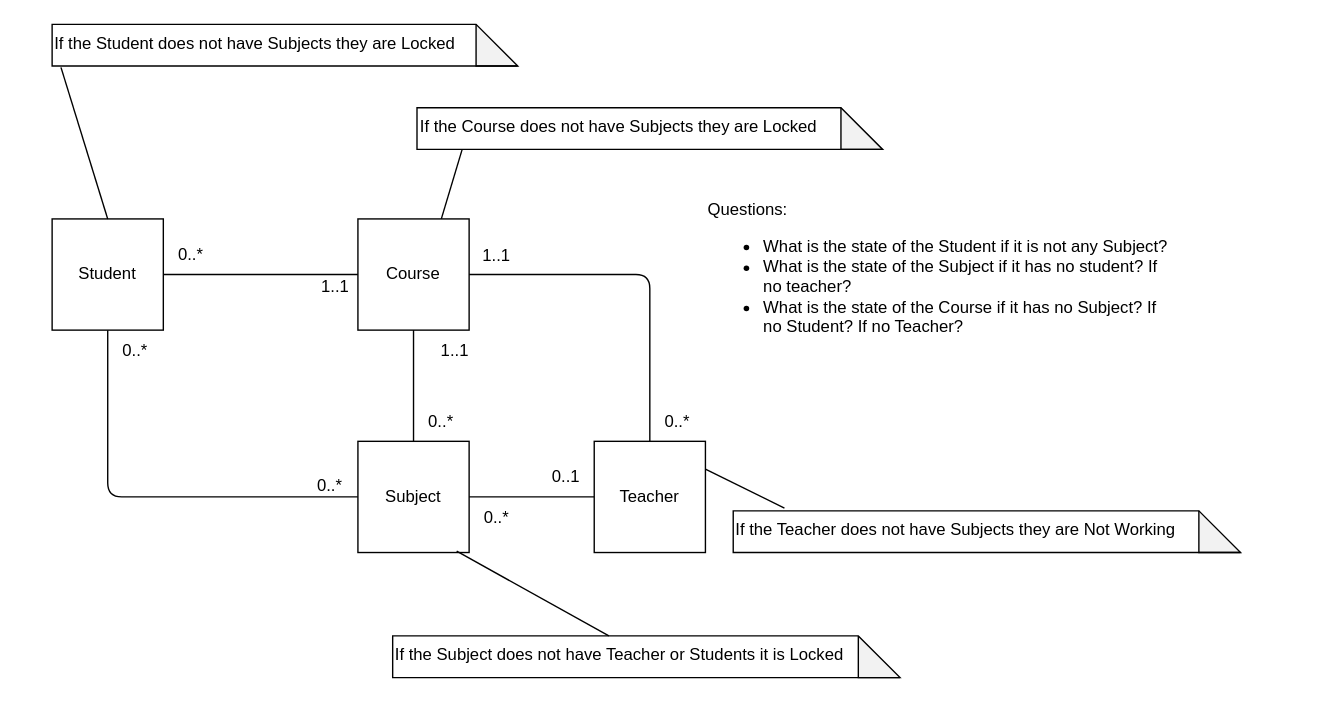
douglasdcm/tdd_detroid keeps this draw.io diagram as page "CoreConceptMap" (3 of 12) of architecture/code_analysis_v3/components-phase1.drawio. Above is the earlier version. Source tidied: cells renumbered, new cells numbered last; positions are measured from the earlier drawing's top-left corner, leaving out a move shared by most shapes. Both pictures are drawn from the tidied source at 139%, with x=0, y=0 at pixel (51, 24).
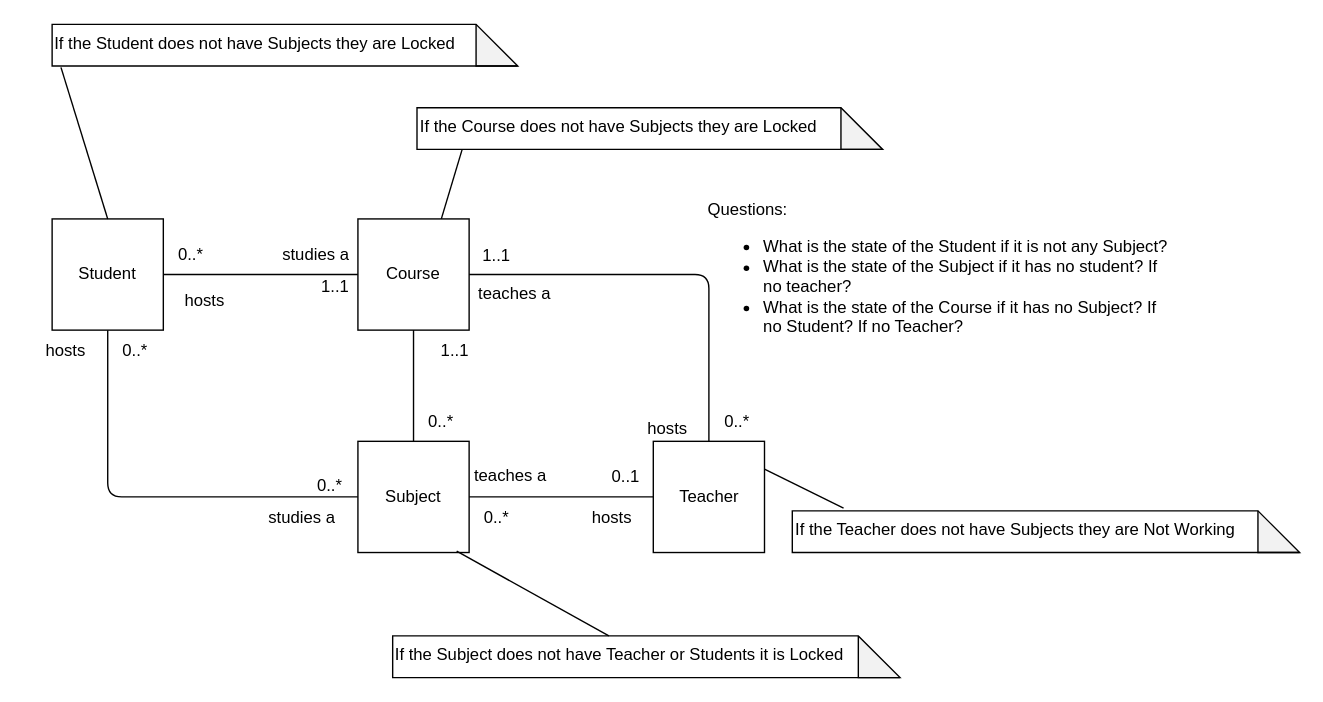
The same diagram, later.

The edit, as a diff of the source:
```diff
@@
     <mxCell id="14" value="Teacher" style="whiteSpace=wrap;html=1;" parent="1" vertex="1">
-      <mxGeometry x="390" y="300" width="80" height="80" as="geometry" />
+      <mxGeometry x="432.5" y="300" width="80" height="80" as="geometry" />
     </mxCell>
@@
     <mxCell id="16" value="0..1" style="text;html=1;align=center;verticalAlign=middle;whiteSpace=wrap;rounded=0;" parent="1" vertex="1">
-      <mxGeometry x="340" y="300" width="60" height="51" as="geometry" />
+      <mxGeometry x="382.5" y="300" width="60" height="51" as="geometry" />
     </mxCell>
@@
     <mxCell id="19" value="0..*" style="text;html=1;align=center;verticalAlign=middle;whiteSpace=wrap;rounded=0;" parent="1" vertex="1">
-      <mxGeometry x="420" y="260" width="60" height="51" as="geometry" />
+      <mxGeometry x="462.5" y="260" width="60" height="51" as="geometry" />
     </mxCell>
@@
     <mxCell id="24" value="&lt;span style=&quot;background-color: transparent;&quot;&gt;If the Teacher does not have Subjects they are Not Working&lt;/span&gt;" style="shape=note;whiteSpace=wrap;html=1;backgroundOutline=1;darkOpacity=0.05;align=left;verticalAlign=top;" parent="1" vertex="1">
-      <mxGeometry x="490" y="350" width="365" height="30" as="geometry" />
+      <mxGeometry x="532.5" y="350" width="365" height="30" as="geometry" />
     </mxCell>
@@
+    <mxCell id="30" value="studies a" style="text;html=1;align=center;verticalAlign=middle;whiteSpace=wrap;rounded=0;" parent="1" vertex="1">
+      <mxGeometry x="160" y="150.5" width="60" height="30" as="geometry" />
+    </mxCell>
+    <mxCell id="31" value="hosts" style="text;html=1;align=center;verticalAlign=middle;whiteSpace=wrap;rounded=0;" parent="1" vertex="1">
+      <mxGeometry x="80" y="184" width="60" height="30" as="geometry" />
+    </mxCell>
+    <mxCell id="32" value="studies a" style="text;html=1;align=center;verticalAlign=middle;whiteSpace=wrap;rounded=0;" parent="1" vertex="1">
+      <mxGeometry x="140" y="339.5" width="80" height="30" as="geometry" />
+    </mxCell>
+    <mxCell id="33" value="hosts" style="text;html=1;align=center;verticalAlign=middle;whiteSpace=wrap;rounded=0;" parent="1" vertex="1">
+      <mxGeometry x="-20" y="219.5" width="60" height="30" as="geometry" />
+    </mxCell>
+    <mxCell id="34" value="teaches a" style="text;html=1;align=center;verticalAlign=middle;whiteSpace=wrap;rounded=0;" parent="1" vertex="1">
+      <mxGeometry x="303" y="179" width="60" height="30" as="geometry" />
+    </mxCell>
+    <mxCell id="35" value="hosts" style="text;html=1;align=center;verticalAlign=middle;whiteSpace=wrap;rounded=0;" parent="1" vertex="1">
+      <mxGeometry x="412.5" y="276" width="60" height="30" as="geometry" />
+    </mxCell>
+    <mxCell id="36" value="teaches a" style="text;html=1;align=center;verticalAlign=middle;whiteSpace=wrap;rounded=0;" parent="1" vertex="1">
+      <mxGeometry x="300" y="309.5" width="60" height="30" as="geometry" />
+    </mxCell>
+    <mxCell id="37" value="hosts" style="text;html=1;align=center;verticalAlign=middle;whiteSpace=wrap;rounded=0;" parent="1" vertex="1">
+      <mxGeometry x="372.5" y="339.5" width="60" height="30" as="geometry" />
+    </mxCell>
```
